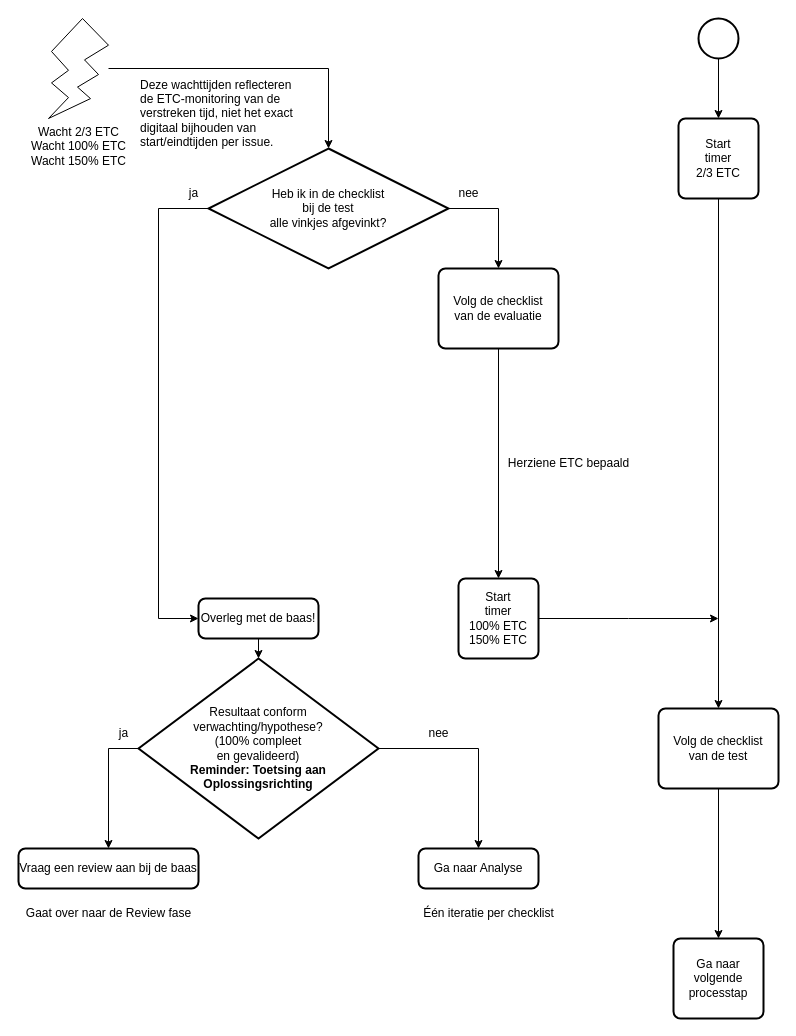
Earlier version of the draw.io diagram 5 Issue Tracker test.drawio (Zaibatsu89/IssueTracker). Source tidied: cells renumbered, new cells numbered last; positions are measured from the earlier drawing's top-left corner, leaving out a move shared by most shapes. Both pictures are drawn from the tidied source at 100%, with x=0, y=0 at pixel (18, 18).
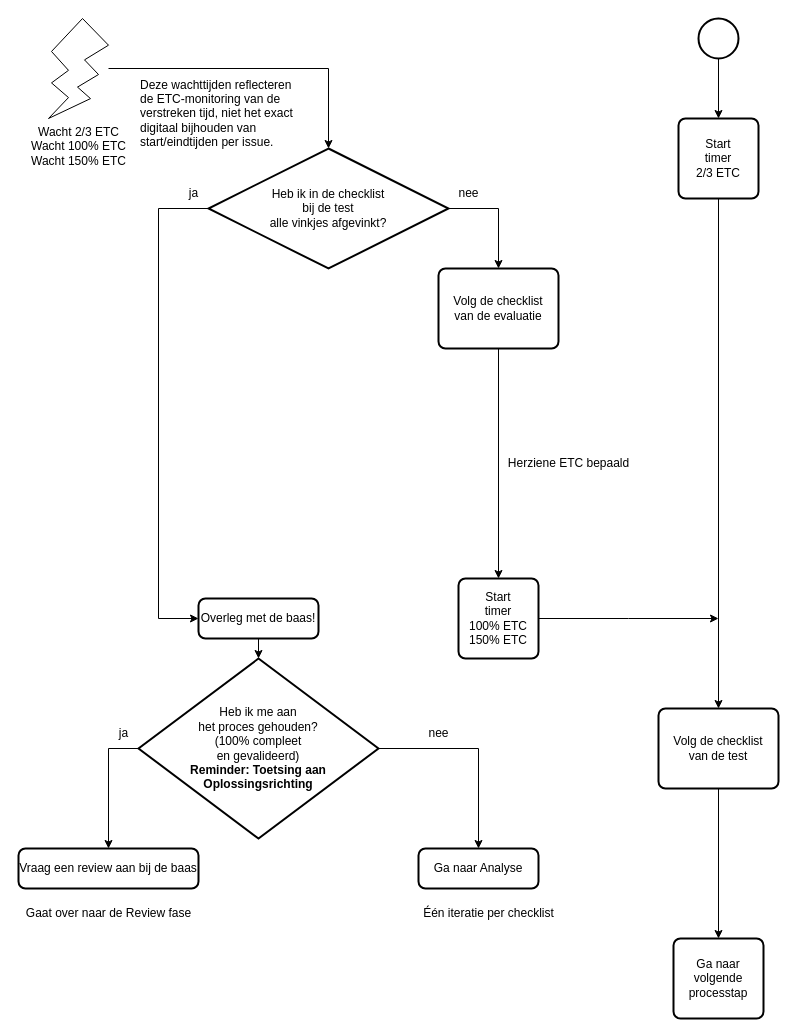
After the change.

Commit message:
"Heb ik me aan het proces gehouden?" in plaats van "Resultaat conform verwachting/hypothese?" in test flowchart

The edit, as a diff of the source:
```diff
@@
-    <mxCell id="15" value="Resultaat conform&lt;br&gt;verwachting/hypothese?&lt;br&gt;(100% compleet&lt;br&gt;en gevalideerd)&lt;br&gt;&lt;b&gt;Reminder: Toetsing aan Oplossingsrichting&lt;/b&gt;" style="strokeWidth=2;html=1;shape=mxgraph.flowchart.decision;whiteSpace=wrap;" parent="1" vertex="1">
+    <mxCell id="15" value="Heb ik me aan&lt;br&gt;het proces gehouden?&lt;br&gt;(100% compleet&lt;br&gt;en gevalideerd)&lt;br&gt;&lt;b&gt;Reminder: Toetsing aan Oplossingsrichting&lt;/b&gt;" style="strokeWidth=2;html=1;shape=mxgraph.flowchart.decision;whiteSpace=wrap;" parent="1" vertex="1">
       <mxGeometry x="120" y="640" width="240" height="180" as="geometry" />
     </mxCell>
```
